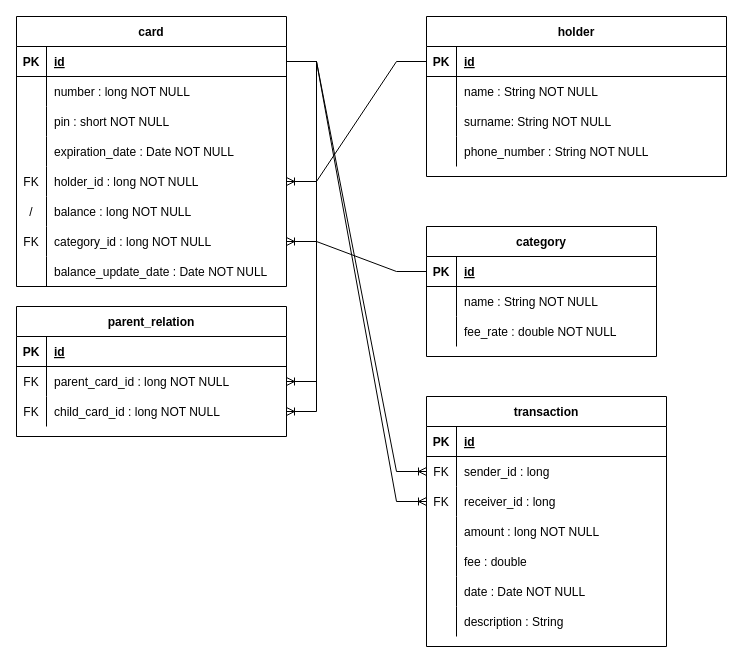
The draw.io diagram bank_db_schema.drawio in Anoromi/upa_atm, before the edit. Source tidied: cells renumbered, new cells numbered last; positions are measured from the earlier drawing's top-left corner, leaving out a move shared by most shapes. Both pictures are drawn from the tidied source at 100%, with x=0, y=0 at pixel (16, 16).
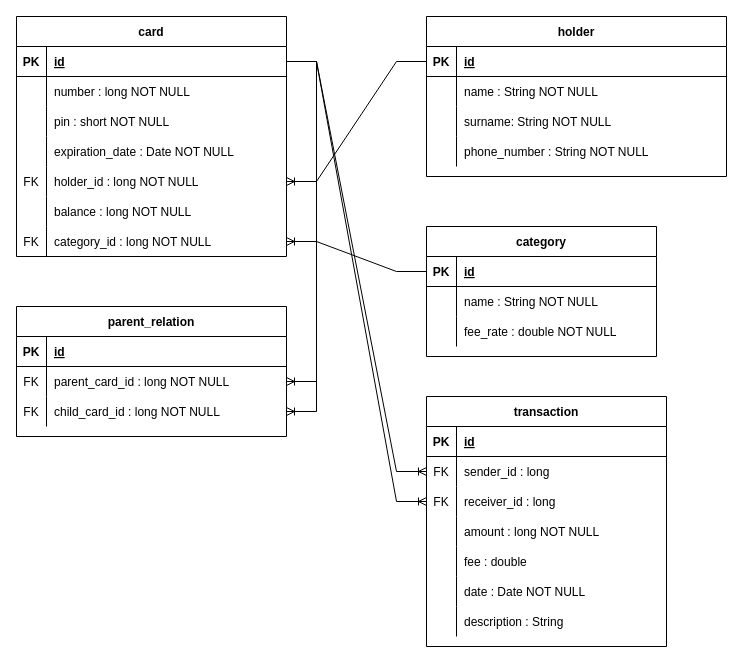
The same page after the edit.

Unchanged cells that the change refers to:
```xml
<mxCell id="18" style="shape=tableRow;horizontal=0;startSize=0;swimlaneHead=0;swimlaneBody=0;fillColor=none;top=0;left=0;right=0;bottom=0;" parent="2" vertex="1">
  <mxGeometry y="180" width="270" height="30" as="geometry" />
</mxCell>
```

What changed in the source:
```diff
@@
     <mxCell id="2" value="card" style="shape=table;startSize=30;childLayout=tableLayout;rowLines=0;fontStyle=1;align=center;" parent="1" vertex="1">
-      <mxGeometry width="270" height="270" as="geometry" />
+      <mxGeometry width="270" height="240" as="geometry" />
     </mxCell>
@@
-    <mxCell id="19" value="/" style="shape=partialRectangle;fillColor=none;top=0;left=0;bottom=0;right=0;overflow=hidden;" parent="18" vertex="1">
+    <mxCell id="19" style="shape=partialRectangle;fillColor=none;top=0;left=0;bottom=0;right=0;overflow=hidden;" parent="18" vertex="1">
       <mxGeometry width="30" height="30" as="geometry" />
     </mxCell>
@@
-    <mxCell id="24" style="shape=tableRow;horizontal=0;startSize=0;swimlaneHead=0;swimlaneBody=0;fillColor=none;top=0;left=0;right=0;bottom=0;" parent="2" vertex="1">
-      <mxGeometry y="240" width="270" height="30" as="geometry" />
-    </mxCell>
-    <mxCell id="25" style="shape=partialRectangle;fillColor=none;top=0;left=0;bottom=0;right=0;overflow=hidden;" parent="24" vertex="1">
-      <mxGeometry width="30" height="30" as="geometry" />
-    </mxCell>
-    <mxCell id="26" value="balance_update_date : Date NOT NULL" style="shape=partialRectangle;fillColor=none;top=0;left=0;bottom=0;right=0;align=left;spacingLeft=6;overflow=hidden;" parent="24" vertex="1">
-      <mxGeometry x="30" width="240" height="30" as="geometry" />
-    </mxCell>
```
